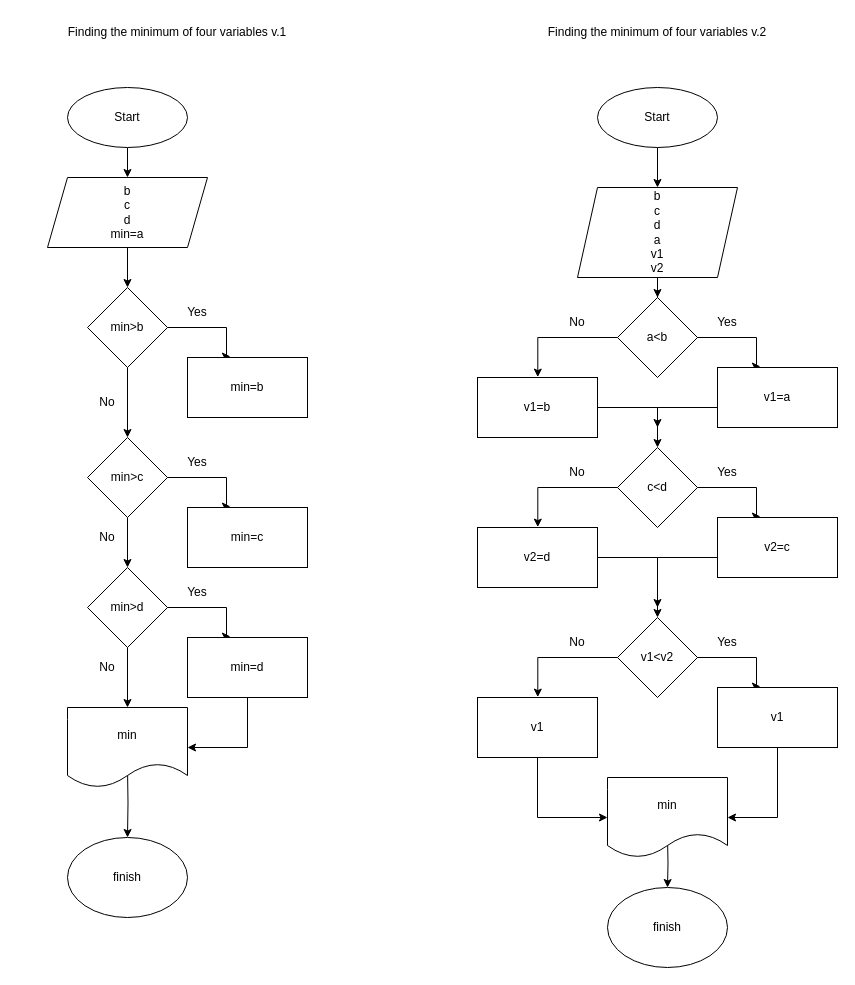
Before: page "Exe2:find min value" (2 of 5) of Диаграмма без названия.drawio in Dioneer/Flowcharts, a draw.io diagram. Source tidied: cells renumbered, new cells numbered last; positions are measured from the earlier drawing's top-left corner, leaving out a move shared by most shapes. Both pictures are drawn from the tidied source at 100%, with x=0, y=0 at pixel (17, 17).
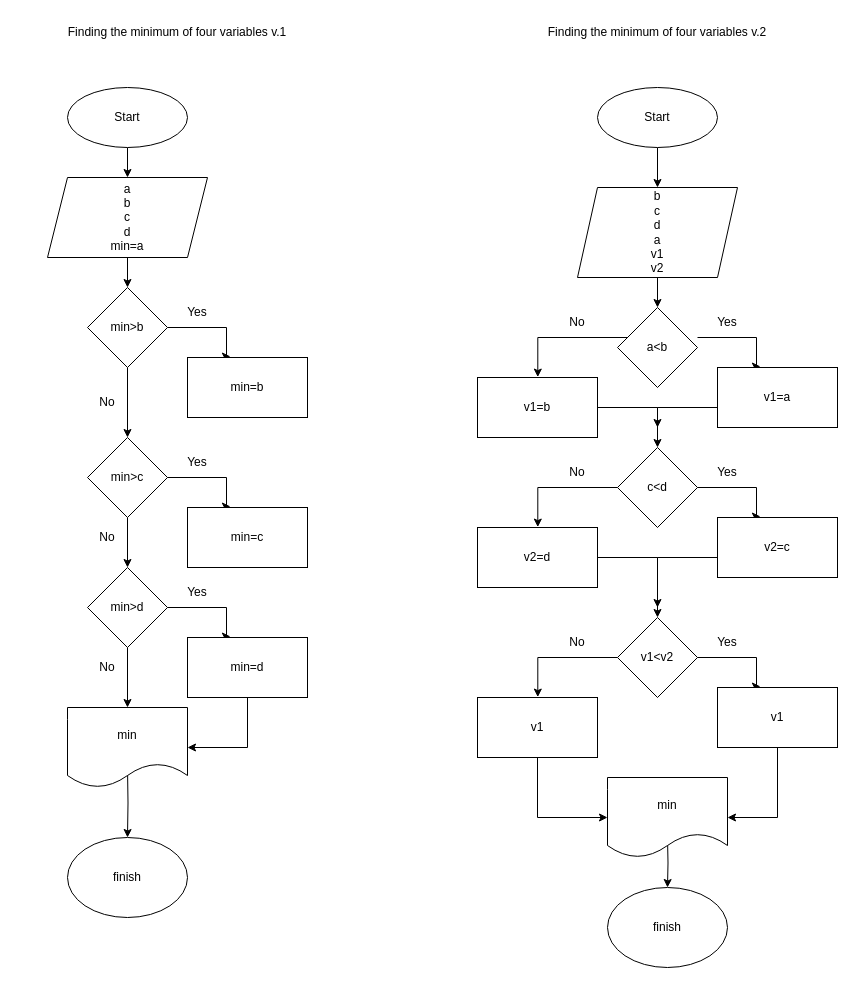
The same page after the edit.

Change to the diagram source:
```diff
@@
-    <mxCell id="6" value="&lt;div&gt;b&lt;/div&gt;&lt;div&gt;c&lt;/div&gt;&lt;div&gt;d&lt;/div&gt;min=a" style="shape=parallelogram;perimeter=parallelogramPerimeter;whiteSpace=wrap;html=1;fixedSize=1;" parent="1" vertex="1">
-      <mxGeometry x="30" y="160" width="160" height="70" as="geometry" />
+    <mxCell id="6" value="&lt;div&gt;a&lt;br&gt;&lt;/div&gt;&lt;div&gt;b&lt;/div&gt;&lt;div&gt;c&lt;/div&gt;&lt;div&gt;d&lt;/div&gt;min=a" style="shape=parallelogram;perimeter=parallelogramPerimeter;whiteSpace=wrap;html=1;fixedSize=1;" parent="1" vertex="1">
+      <mxGeometry x="30" y="160" width="160" height="80" as="geometry" />
     </mxCell>
@@
     <mxCell id="35" value="a&amp;lt;b" style="rhombus;whiteSpace=wrap;html=1;" parent="1" vertex="1">
-      <mxGeometry x="600" y="280" width="80" height="80" as="geometry" />
+      <mxGeometry x="600" y="290" width="80" height="80" as="geometry" />
     </mxCell>
```
